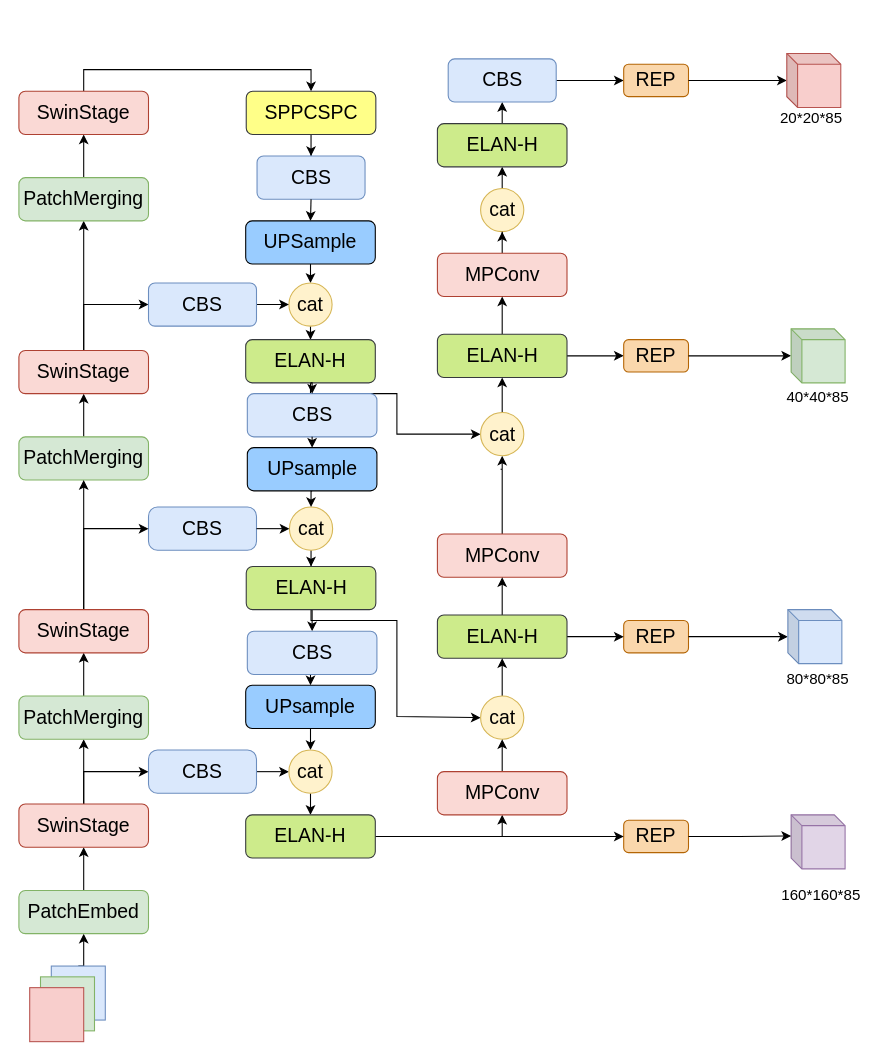
The draw.io diagram yolov7_swin_fourhead.drawio in YANGJUNYAN0715/papers, before the edit. Source tidied: cells renumbered, new cells numbered last; positions are measured from the earlier drawing's top-left corner, leaving out a move shared by most shapes. Both pictures are drawn from the tidied source at 108%, with x=0, y=0 at pixel (18, 53).
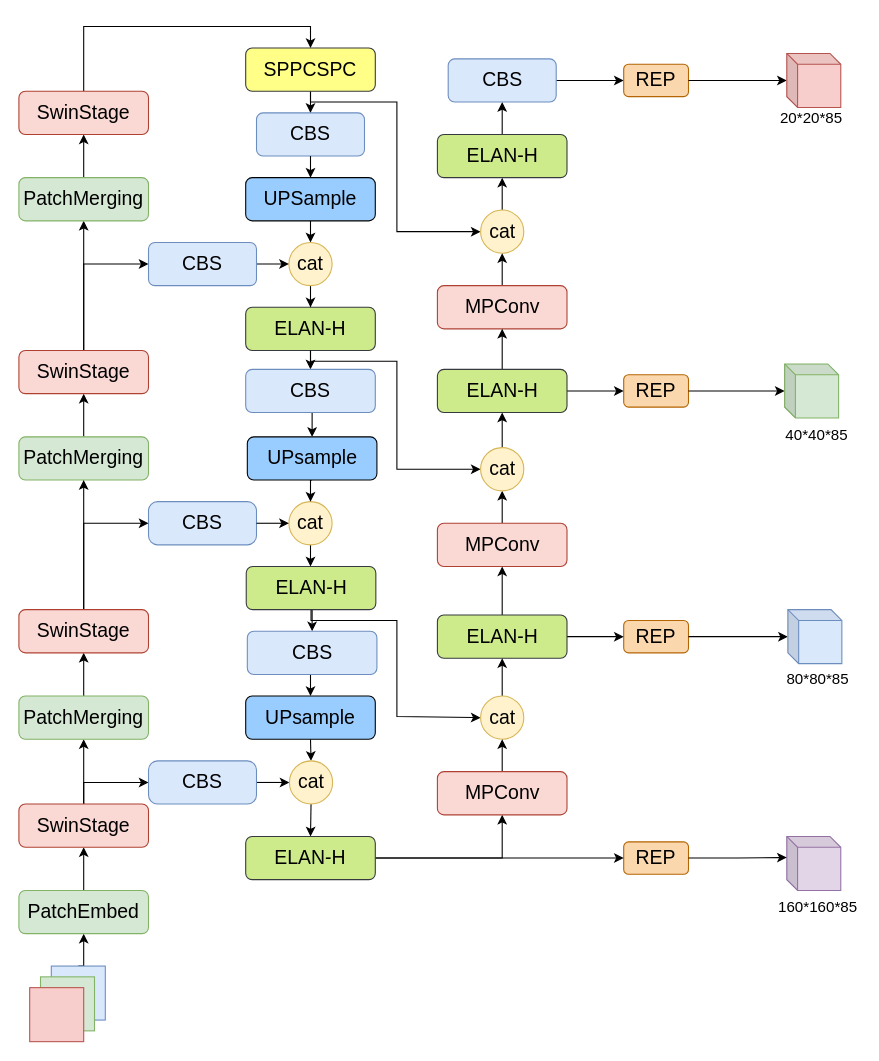
Above is the later version.

What changed in the source:
```diff
@@
+    <mxCell id="99" style="edgeStyle=orthogonalEdgeStyle;rounded=0;jettySize=auto;html=1;exitX=0.5;exitY=1;exitDx=0;exitDy=0;entryX=0;entryY=0.5;entryDx=0;entryDy=0;" parent="1" edge="1" source="21" target="42">
+      <mxGeometry relative="1" as="geometry">
+        <Array as="points">
+          <mxPoint x="270" y="45" />
+          <mxPoint x="350" y="45" />
+          <mxPoint x="350" y="165" />
+        </Array>
+      </mxGeometry>
+    </mxCell>
     <mxCell id="21" value="&lt;font style=&quot;font-size: 18px;&quot;&gt;SPPCSPC&lt;/font&gt;" style="rounded=1;whiteSpace=wrap;html=1;fillColor=#ffff88;strokeColor=#36393d;" parent="1" vertex="1">
-      <mxGeometry x="210.5" y="35" width="120" height="40" as="geometry" />
+      <mxGeometry x="210" y="-5" width="120" height="40" as="geometry" />
     </mxCell>
     <mxCell id="22" value="&lt;font style=&quot;font-size: 18px;&quot;&gt;CBS&lt;/font&gt;" style="rounded=1;whiteSpace=wrap;html=1;fillColor=#dae8fc;strokeColor=#6c8ebf;" parent="1" vertex="1">
-      <mxGeometry x="220.5" y="95" width="100" height="40" as="geometry" />
+      <mxGeometry x="220" y="55" width="100" height="40" as="geometry" />
     </mxCell>
@@
     <mxCell id="24" value="&lt;font style=&quot;font-size: 18px;&quot;&gt;UPSample&lt;/font&gt;" style="rounded=1;whiteSpace=wrap;html=1;fillColor=#99CCFF;" parent="1" vertex="1">
-      <mxGeometry x="210" y="155" width="120" height="40" as="geometry" />
+      <mxGeometry x="210" y="115" width="120" height="40" as="geometry" />
     </mxCell>
@@
     <mxCell id="26" value="&lt;font style=&quot;font-size: 18px;&quot;&gt;cat&lt;/font&gt;" style="ellipse;whiteSpace=wrap;html=1;rounded=1;fillColor=#fff2cc;strokeColor=#d6b656;" parent="1" vertex="1">
-      <mxGeometry x="250" y="212.5" width="40" height="40" as="geometry" />
+      <mxGeometry x="250" y="175" width="40" height="40" as="geometry" />
     </mxCell>
@@
     <mxCell id="28" value="&lt;font style=&quot;font-size: 18px;&quot;&gt;CBS&lt;/font&gt;" style="rounded=1;whiteSpace=wrap;html=1;fillColor=#dae8fc;strokeColor=#6c8ebf;" parent="1" vertex="1">
-      <mxGeometry x="120" y="212.5" width="100" height="40" as="geometry" />
+      <mxGeometry x="120" y="175" width="100" height="40" as="geometry" />
     </mxCell>
     <mxCell id="29" value="&lt;font style=&quot;font-size: 18px;&quot;&gt;CBS&lt;/font&gt;" style="rounded=1;whiteSpace=wrap;html=1;fillColor=#dae8fc;strokeColor=#6c8ebf;arcSize=21;" parent="1" vertex="1">
-      <mxGeometry x="120" y="420" width="100" height="40" as="geometry" />
+      <mxGeometry x="120" y="415" width="100" height="40" as="geometry" />
     </mxCell>
@@
     <mxCell id="31" value="&lt;font style=&quot;font-size: 18px;&quot;&gt;cat&lt;/font&gt;" style="ellipse;whiteSpace=wrap;html=1;rounded=1;fillColor=#fff2cc;strokeColor=#d6b656;" parent="1" vertex="1">
-      <mxGeometry x="250.5" y="420" width="40" height="40" as="geometry" />
+      <mxGeometry x="250" y="415" width="40" height="40" as="geometry" />
     </mxCell>
     <mxCell id="32" style="edgeStyle=orthogonalEdgeStyle;rounded=0;jettySize=auto;html=1;exitX=0.5;exitY=1;exitDx=0;exitDy=0;entryX=0;entryY=0.5;entryDx=0;entryDy=0;" parent="1" edge="1" source="33" target="51">
       <mxGeometry relative="1" as="geometry">
         <Array as="points">
-          <mxPoint x="270" y="315" />
-          <mxPoint x="350" y="315" />
-          <mxPoint x="350" y="352" />
+          <mxPoint x="270" y="285" />
+          <mxPoint x="350" y="285" />
+          <mxPoint x="350" y="385" />
         </Array>
       </mxGeometry>
     </mxCell>
     <mxCell id="33" value="&lt;font style=&quot;font-size: 18px;&quot;&gt;ELAN-H&lt;/font&gt;" style="rounded=1;whiteSpace=wrap;html=1;fillColor=#cdeb8b;strokeColor=#36393d;" parent="1" vertex="1">
-      <mxGeometry x="210" y="265" width="120" height="40" as="geometry" />
+      <mxGeometry x="210" y="235" width="120" height="40" as="geometry" />
     </mxCell>
-    <mxCell id="34" value="&lt;font style=&quot;font-size: 18px;&quot;&gt;CBS&lt;/font&gt;" style="rounded=1;whiteSpace=wrap;html=1;fillColor=#dae8fc;strokeColor=#6c8ebf;" parent="1" vertex="1">
-      <mxGeometry x="211.5" y="315" width="120" height="40" as="geometry" />
-    </mxCell>
@@
     <mxCell id="37" value="&lt;font style=&quot;font-size: 18px;&quot;&gt;UPsample&lt;/font&gt;" style="rounded=1;whiteSpace=wrap;html=1;fillColor=#99CCFF;" parent="1" vertex="1">
-      <mxGeometry x="211.5" y="365" width="120" height="40" as="geometry" />
+      <mxGeometry x="211.5" y="355" width="120" height="40" as="geometry" />
     </mxCell>
@@
     <mxCell id="42" value="&lt;font style=&quot;font-size: 18px;&quot;&gt;cat&lt;/font&gt;" style="ellipse;whiteSpace=wrap;html=1;rounded=1;fillColor=#fff2cc;strokeColor=#d6b656;" parent="1" vertex="1">
-      <mxGeometry x="427.5" y="125" width="40" height="40" as="geometry" />
+      <mxGeometry x="427.5" y="145" width="40" height="40" as="geometry" />
     </mxCell>
@@
     <mxCell id="44" value="&lt;font style=&quot;font-size: 18px;&quot;&gt;MPConv&lt;/font&gt;" style="whiteSpace=wrap;html=1;rounded=1;fillColor=#fad9d5;strokeColor=#ae4132;" parent="1" vertex="1">
-      <mxGeometry x="387.5" y="185" width="120" height="40" as="geometry" />
+      <mxGeometry x="387.5" y="215" width="120" height="40" as="geometry" />
     </mxCell>
@@
     <mxCell id="47" value="&lt;font style=&quot;font-size: 18px;&quot;&gt;ELAN-H&lt;/font&gt;" style="whiteSpace=wrap;html=1;rounded=1;fillColor=#cdeb8b;strokeColor=#36393d;" parent="1" vertex="1">
-      <mxGeometry x="387.5" y="260" width="120" height="40" as="geometry" />
+      <mxGeometry x="387.5" y="292.5" width="120" height="40" as="geometry" />
     </mxCell>
     <mxCell id="48" style="edgeStyle=orthogonalEdgeStyle;rounded=0;jettySize=auto;html=1;exitX=0.5;exitY=0;exitDx=0;exitDy=0;entryX=0.5;entryY=1;entryDx=0;entryDy=0;" parent="1" edge="1" source="49" target="51">
-      <mxGeometry relative="1" as="geometry">
-        <Array as="points">
-          <mxPoint x="446" y="385" />
-          <mxPoint x="446" y="385" />
-        </Array>
-      </mxGeometry>
+      <mxGeometry relative="1" as="geometry" />
     </mxCell>
     <mxCell id="49" value="&lt;font style=&quot;font-size: 18px;&quot;&gt;MPConv&lt;/font&gt;" style="whiteSpace=wrap;html=1;rounded=1;fillColor=#fad9d5;strokeColor=#ae4132;" parent="1" vertex="1">
-      <mxGeometry x="387.5" y="445" width="120" height="40" as="geometry" />
+      <mxGeometry x="387.5" y="435" width="120" height="40" as="geometry" />
     </mxCell>
@@
     <mxCell id="51" value="&lt;font style=&quot;font-size: 18px;&quot;&gt;cat&lt;/font&gt;" style="ellipse;whiteSpace=wrap;html=1;rounded=1;fillColor=#fff2cc;strokeColor=#d6b656;" parent="1" vertex="1">
-      <mxGeometry x="427.5" y="332.5" width="40" height="40" as="geometry" />
+      <mxGeometry x="427.5" y="365" width="40" height="40" as="geometry" />
     </mxCell>
@@
     <mxCell id="53" value="&lt;font style=&quot;font-size: 18px;&quot;&gt;ELAN-H&lt;/font&gt;" style="rounded=1;whiteSpace=wrap;html=1;fillColor=#cdeb8b;strokeColor=#36393d;" parent="1" vertex="1">
-      <mxGeometry x="387.5" y="65" width="120" height="40" as="geometry" />
+      <mxGeometry x="387.5" y="75" width="120" height="40" as="geometry" />
     </mxCell>
@@
     <mxCell id="57" value="&lt;font style=&quot;font-size: 18px;&quot;&gt;REP&lt;/font&gt;" style="rounded=1;whiteSpace=wrap;html=1;fillColor=#fad7ac;strokeColor=#b46504;" parent="1" vertex="1">
-      <mxGeometry x="560" y="265" width="60" height="30" as="geometry" />
+      <mxGeometry x="560" y="297.5" width="60" height="30" as="geometry" />
     </mxCell>
@@
     <mxCell id="63" style="shape=cube;whiteSpace=wrap;html=1;boundedLbl=1;backgroundOutline=1;darkOpacity=0.05;darkOpacity2=0.1;size=10;fillColor=#d5e8d4;strokeColor=#82b366;" parent="1" vertex="1">
-      <mxGeometry x="715" y="255" width="50" height="50" as="geometry" />
+      <mxGeometry x="709" y="287.5" width="50" height="50" as="geometry" />
     </mxCell>
@@
     <mxCell id="69" value="&lt;font style=&quot;font-size: 14px;&quot;&gt;40*40*85&lt;/font&gt;" style="text;html=1;strokeColor=none;fillColor=none;align=center;verticalAlign=middle;whiteSpace=wrap;rounded=0;strokeWidth=1;fontSize=12;" parent="1" vertex="1">
-      <mxGeometry x="712" y="302.5" width="56" height="30" as="geometry" />
+      <mxGeometry x="711" y="337.5" width="56" height="30" as="geometry" />
     </mxCell>
@@
     <mxCell id="78" value="&lt;font style=&quot;font-size: 18px;&quot;&gt;CBS&lt;/font&gt;" style="rounded=1;whiteSpace=wrap;html=1;fillColor=#dae8fc;strokeColor=#6c8ebf;arcSize=21;" parent="1" vertex="1">
-      <mxGeometry x="120" y="645" width="100" height="40" as="geometry" />
+      <mxGeometry x="120" y="655" width="100" height="40" as="geometry" />
     </mxCell>
@@
     <mxCell id="82" value="&lt;font style=&quot;font-size: 18px;&quot;&gt;UPsample&lt;/font&gt;" style="rounded=1;whiteSpace=wrap;html=1;fillColor=#99CCFF;" parent="1" vertex="1">
-      <mxGeometry x="210" y="585" width="120" height="40" as="geometry" />
+      <mxGeometry x="210" y="595" width="120" height="40" as="geometry" />
     </mxCell>
@@
     <mxCell id="84" value="&lt;font style=&quot;font-size: 18px;&quot;&gt;cat&lt;/font&gt;" style="ellipse;whiteSpace=wrap;html=1;rounded=1;fillColor=#fff2cc;strokeColor=#d6b656;" parent="1" vertex="1">
-      <mxGeometry x="250" y="645" width="40" height="40" as="geometry" />
+      <mxGeometry x="250.5" y="655" width="40" height="40" as="geometry" />
     </mxCell>
@@
     <mxCell id="88" value="&lt;font style=&quot;font-size: 18px;&quot;&gt;REP&lt;/font&gt;" style="rounded=1;whiteSpace=wrap;html=1;fillColor=#fad7ac;strokeColor=#b46504;" parent="1" vertex="1">
-      <mxGeometry x="560" y="710" width="60" height="30" as="geometry" />
+      <mxGeometry x="560" y="730" width="60" height="30" as="geometry" />
     </mxCell>
     <mxCell id="89" style="shape=cube;whiteSpace=wrap;html=1;boundedLbl=1;backgroundOutline=1;darkOpacity=0.05;darkOpacity2=0.1;size=10;fillColor=#e1d5e7;strokeColor=#9673a6;" parent="1" vertex="1">
-      <mxGeometry x="715" y="705" width="50" height="50" as="geometry" />
+      <mxGeometry x="711" y="725" width="50" height="50" as="geometry" />
     </mxCell>
     <mxCell id="90" value="&lt;font style=&quot;font-size: 14px;&quot;&gt;160*160*85&lt;/font&gt;" style="text;html=1;strokeColor=none;fillColor=none;align=center;verticalAlign=middle;whiteSpace=wrap;rounded=0;strokeWidth=1;fontSize=12;" parent="1" vertex="1">
-      <mxGeometry x="714.5" y="763.5" width="56" height="30" as="geometry" />
+      <mxGeometry x="712" y="775" width="56" height="30" as="geometry" />
     </mxCell>
@@
     <mxCell id="95" value="&lt;font style=&quot;font-size: 18px;&quot;&gt;ELAN-H&lt;/font&gt;" style="whiteSpace=wrap;html=1;rounded=1;fillColor=#cdeb8b;strokeColor=#36393d;" parent="1" vertex="1">
-      <mxGeometry x="210" y="705" width="120" height="40" as="geometry" />
+      <mxGeometry x="210" y="725" width="120" height="40" as="geometry" />
     </mxCell>
@@
+    <mxCell id="34" value="&lt;font style=&quot;font-size: 18px;&quot;&gt;CBS&lt;/font&gt;" style="rounded=1;whiteSpace=wrap;html=1;fillColor=#dae8fc;strokeColor=#6c8ebf;" parent="1" vertex="1">
+      <mxGeometry x="210" y="292.5" width="120" height="40" as="geometry" />
+    </mxCell>
```
